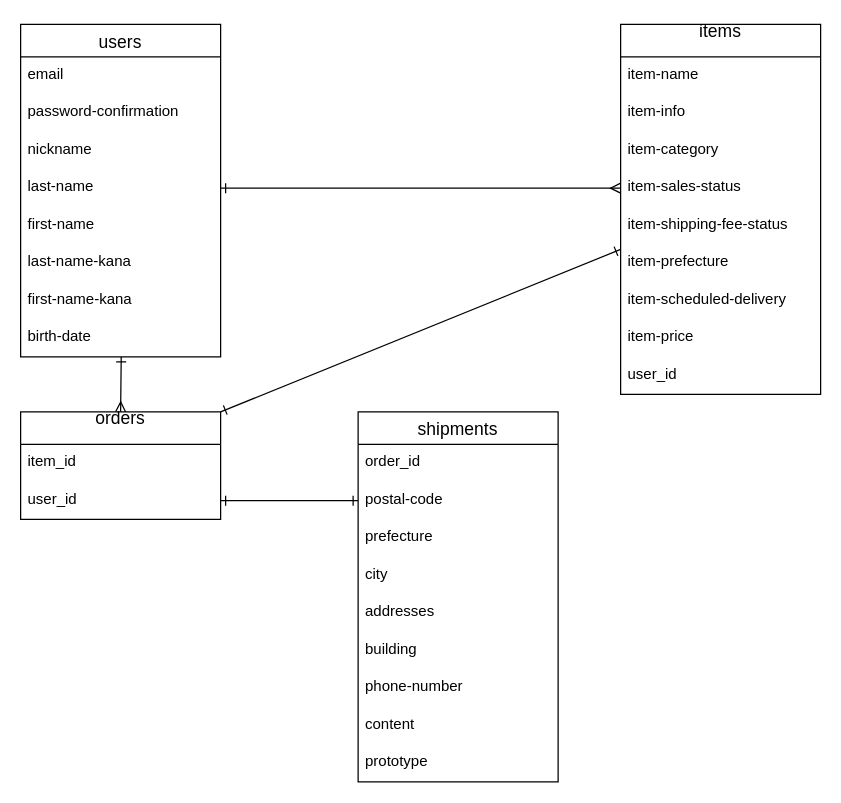
Above: furima.dio in massa1111/furima-39326 (draw.io), before the change. Source tidied: cells renumbered, new cells numbered last; positions are measured from the earlier drawing's top-left corner, leaving out a move shared by most shapes. Both pictures are drawn from the tidied source at 125%, with x=0, y=0 at pixel (20, 24).
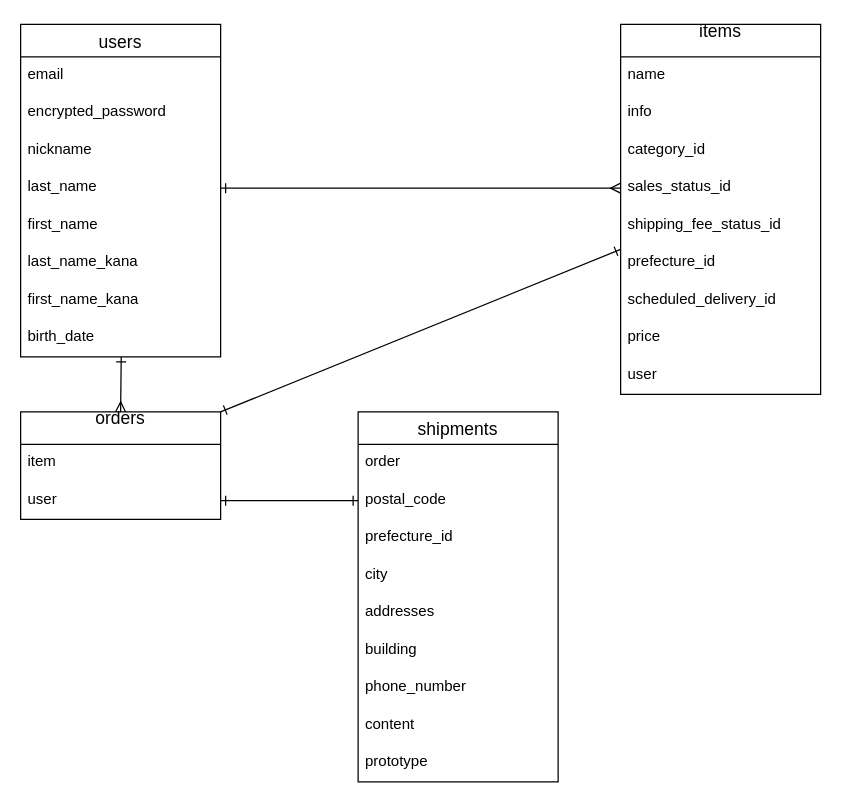
After the change.

Commit message (it also covers changes not shown here):
ER図、README修正

The change refers to these unchanged cells:
```xml
<mxCell id="2" value="users" style="swimlane;fontStyle=0;horizontal=1;startSize=26;align=center;fontSize=14;" parent="1" vertex="1">
  <mxGeometry width="160" height="266" as="geometry" />
</mxCell>
<mxCell id="11" value="items&#10;" style="swimlane;fontStyle=0;horizontal=1;startSize=26;align=center;fontSize=14;" parent="1" vertex="1">
  <mxGeometry x="480" width="160" height="296" as="geometry" />
</mxCell>
<mxCell id="21" value="orders&#10;" style="swimlane;fontStyle=0;horizontal=1;startSize=26;align=center;fontSize=14;" parent="1" vertex="1">
  <mxGeometry y="310" width="160" height="86" as="geometry" />
</mxCell>
<mxCell id="24" value="shipments" style="swimlane;fontStyle=0;horizontal=1;startSize=26;align=center;fontSize=14;" parent="1" vertex="1">
  <mxGeometry x="270" y="310" width="160" height="296" as="geometry" />
</mxCell>
```

Change to the diagram source:
```diff
@@
-    <mxCell id="4" value="password-confirmation" style="text;strokeColor=none;fillColor=none;spacingLeft=4;spacingRight=4;overflow=hidden;fontSize=12;" parent="2" vertex="1">
+    <mxCell id="4" value="encrypted_password" style="text;strokeColor=none;fillColor=none;spacingLeft=4;spacingRight=4;overflow=hidden;fontSize=12;" parent="2" vertex="1">
       <mxGeometry y="56" width="160" height="30" as="geometry" />
     </mxCell>
@@
-    <mxCell id="6" value="last-name" style="text;strokeColor=none;fillColor=none;spacingLeft=4;spacingRight=4;overflow=hidden;points=[[0,0.5],[1,0.5]];portConstraint=eastwest;fontSize=12;" parent="2" vertex="1">
+    <mxCell id="6" value="last_name" style="text;strokeColor=none;fillColor=none;spacingLeft=4;spacingRight=4;overflow=hidden;points=[[0,0.5],[1,0.5]];portConstraint=eastwest;fontSize=12;" parent="2" vertex="1">
       <mxGeometry y="116" width="160" height="30" as="geometry" />
     </mxCell>
-    <mxCell id="7" value="first-name" style="text;strokeColor=none;fillColor=none;spacingLeft=4;spacingRight=4;overflow=hidden;fontSize=12;" parent="2" vertex="1">
+    <mxCell id="7" value="first_name" style="text;strokeColor=none;fillColor=none;spacingLeft=4;spacingRight=4;overflow=hidden;fontSize=12;" parent="2" vertex="1">
       <mxGeometry y="146" width="160" height="30" as="geometry" />
     </mxCell>
-    <mxCell id="8" value="last-name-kana " style="text;strokeColor=none;fillColor=none;spacingLeft=4;spacingRight=4;overflow=hidden;fontSize=12;" parent="2" vertex="1">
+    <mxCell id="8" value="last_name_kana" style="text;strokeColor=none;fillColor=none;spacingLeft=4;spacingRight=4;overflow=hidden;fontSize=12;" parent="2" vertex="1">
       <mxGeometry y="176" width="160" height="30" as="geometry" />
     </mxCell>
-    <mxCell id="9" value="first-name-kana " style="text;strokeColor=none;fillColor=none;spacingLeft=4;spacingRight=4;overflow=hidden;fontSize=12;" parent="2" vertex="1">
+    <mxCell id="9" value="first_name_kana" style="text;strokeColor=none;fillColor=none;spacingLeft=4;spacingRight=4;overflow=hidden;fontSize=12;" parent="2" vertex="1">
       <mxGeometry y="206" width="160" height="30" as="geometry" />
     </mxCell>
-    <mxCell id="10" value="birth-date  " style="text;strokeColor=none;fillColor=none;spacingLeft=4;spacingRight=4;overflow=hidden;points=[[0,0.5],[1,0.5]];portConstraint=eastwest;fontSize=12;" parent="2" vertex="1">
+    <mxCell id="10" value="birth_date" style="text;strokeColor=none;fillColor=none;spacingLeft=4;spacingRight=4;overflow=hidden;points=[[0,0.5],[1,0.5]];portConstraint=eastwest;fontSize=12;" parent="2" vertex="1">
       <mxGeometry y="236" width="160" height="30" as="geometry" />
     </mxCell>
@@
-    <mxCell id="12" value="item-name" style="text;strokeColor=none;fillColor=none;spacingLeft=4;spacingRight=4;overflow=hidden;fontSize=12;" parent="11" vertex="1">
+    <mxCell id="12" value="name" style="text;strokeColor=none;fillColor=none;spacingLeft=4;spacingRight=4;overflow=hidden;fontSize=12;" parent="11" vertex="1">
       <mxGeometry y="26" width="160" height="30" as="geometry" />
     </mxCell>
-    <mxCell id="13" value="item-info " style="text;strokeColor=none;fillColor=none;spacingLeft=4;spacingRight=4;overflow=hidden;fontSize=12;" parent="11" vertex="1">
+    <mxCell id="13" value="info " style="text;strokeColor=none;fillColor=none;spacingLeft=4;spacingRight=4;overflow=hidden;fontSize=12;" parent="11" vertex="1">
       <mxGeometry y="56" width="160" height="30" as="geometry" />
     </mxCell>
-    <mxCell id="14" value="item-category  " style="text;strokeColor=none;fillColor=none;spacingLeft=4;spacingRight=4;overflow=hidden;fontSize=12;" parent="11" vertex="1">
+    <mxCell id="14" value="category_id" style="text;strokeColor=none;fillColor=none;spacingLeft=4;spacingRight=4;overflow=hidden;fontSize=12;" parent="11" vertex="1">
       <mxGeometry y="86" width="160" height="30" as="geometry" />
     </mxCell>
-    <mxCell id="15" value="item-sales-status " style="text;strokeColor=none;fillColor=none;spacingLeft=4;spacingRight=4;overflow=hidden;points=[[0,0.5],[1,0.5]];portConstraint=eastwest;fontSize=12;" parent="11" vertex="1">
+    <mxCell id="15" value="sales_status_id " style="text;strokeColor=none;fillColor=none;spacingLeft=4;spacingRight=4;overflow=hidden;points=[[0,0.5],[1,0.5]];portConstraint=eastwest;fontSize=12;" parent="11" vertex="1">
       <mxGeometry y="116" width="160" height="30" as="geometry" />
     </mxCell>
-    <mxCell id="16" value="item-shipping-fee-status" style="text;strokeColor=none;fillColor=none;spacingLeft=4;spacingRight=4;overflow=hidden;fontSize=12;" parent="11" vertex="1">
+    <mxCell id="16" value="shipping_fee_status_id" style="text;strokeColor=none;fillColor=none;spacingLeft=4;spacingRight=4;overflow=hidden;fontSize=12;" parent="11" vertex="1">
       <mxGeometry y="146" width="160" height="30" as="geometry" />
     </mxCell>
-    <mxCell id="17" value="item-prefecture " style="text;strokeColor=none;fillColor=none;spacingLeft=4;spacingRight=4;overflow=hidden;fontSize=12;" parent="11" vertex="1">
+    <mxCell id="17" value="prefecture_id" style="text;strokeColor=none;fillColor=none;spacingLeft=4;spacingRight=4;overflow=hidden;fontSize=12;" parent="11" vertex="1">
       <mxGeometry y="176" width="160" height="30" as="geometry" />
     </mxCell>
-    <mxCell id="18" value="item-scheduled-delivery" style="text;strokeColor=none;fillColor=none;spacingLeft=4;spacingRight=4;overflow=hidden;fontSize=12;" parent="11" vertex="1">
+    <mxCell id="18" value="scheduled_delivery_id" style="text;strokeColor=none;fillColor=none;spacingLeft=4;spacingRight=4;overflow=hidden;fontSize=12;" parent="11" vertex="1">
       <mxGeometry y="206" width="160" height="30" as="geometry" />
     </mxCell>
-    <mxCell id="19" value="item-price    " style="text;strokeColor=none;fillColor=none;spacingLeft=4;spacingRight=4;overflow=hidden;fontSize=12;" parent="11" vertex="1">
+    <mxCell id="19" value="price" style="text;strokeColor=none;fillColor=none;spacingLeft=4;spacingRight=4;overflow=hidden;fontSize=12;" parent="11" vertex="1">
       <mxGeometry y="236" width="160" height="30" as="geometry" />
     </mxCell>
-    <mxCell id="20" value="user_id" style="text;strokeColor=none;fillColor=none;spacingLeft=4;spacingRight=4;overflow=hidden;fontSize=12;" parent="11" vertex="1">
+    <mxCell id="20" value="user" style="text;strokeColor=none;fillColor=none;spacingLeft=4;spacingRight=4;overflow=hidden;fontSize=12;" parent="11" vertex="1">
       <mxGeometry y="266" width="160" height="30" as="geometry" />
     </mxCell>
@@
-    <mxCell id="22" value="item_id" style="text;strokeColor=none;fillColor=none;spacingLeft=4;spacingRight=4;overflow=hidden;fontSize=12;" parent="21" vertex="1">
+    <mxCell id="22" value="item" style="text;strokeColor=none;fillColor=none;spacingLeft=4;spacingRight=4;overflow=hidden;fontSize=12;" parent="21" vertex="1">
       <mxGeometry y="26" width="160" height="30" as="geometry" />
     </mxCell>
-    <mxCell id="23" value="user_id" style="text;strokeColor=none;fillColor=none;spacingLeft=4;spacingRight=4;overflow=hidden;points=[[0,0.5],[1,0.5]];portConstraint=eastwest;fontSize=12;" parent="21" vertex="1">
+    <mxCell id="23" value="user" style="text;strokeColor=none;fillColor=none;spacingLeft=4;spacingRight=4;overflow=hidden;points=[[0,0.5],[1,0.5]];portConstraint=eastwest;fontSize=12;" parent="21" vertex="1">
       <mxGeometry y="56" width="160" height="30" as="geometry" />
     </mxCell>
@@
-    <mxCell id="25" value="order_id" style="text;strokeColor=none;fillColor=none;spacingLeft=4;spacingRight=4;overflow=hidden;fontSize=12;" parent="24" vertex="1">
+    <mxCell id="25" value="order" style="text;strokeColor=none;fillColor=none;spacingLeft=4;spacingRight=4;overflow=hidden;fontSize=12;" parent="24" vertex="1">
       <mxGeometry y="26" width="160" height="30" as="geometry" />
     </mxCell>
-    <mxCell id="26" value="postal-code " style="text;strokeColor=none;fillColor=none;spacingLeft=4;spacingRight=4;overflow=hidden;points=[[0,0.5],[1,0.5]];portConstraint=eastwest;fontSize=12;" parent="24" vertex="1">
+    <mxCell id="26" value="postal_code" style="text;strokeColor=none;fillColor=none;spacingLeft=4;spacingRight=4;overflow=hidden;points=[[0,0.5],[1,0.5]];portConstraint=eastwest;fontSize=12;" parent="24" vertex="1">
       <mxGeometry y="56" width="160" height="30" as="geometry" />
     </mxCell>
-    <mxCell id="27" value="prefecture" style="text;strokeColor=none;fillColor=none;spacingLeft=4;spacingRight=4;overflow=hidden;fontSize=12;" parent="24" vertex="1">
+    <mxCell id="27" value="prefecture_id" style="text;strokeColor=none;fillColor=none;spacingLeft=4;spacingRight=4;overflow=hidden;fontSize=12;" parent="24" vertex="1">
       <mxGeometry y="86" width="160" height="30" as="geometry" />
     </mxCell>
@@
-    <mxCell id="31" value="phone-number" style="text;strokeColor=none;fillColor=none;spacingLeft=4;spacingRight=4;overflow=hidden;fontSize=12;" parent="24" vertex="1">
+    <mxCell id="31" value="phone_number" style="text;strokeColor=none;fillColor=none;spacingLeft=4;spacingRight=4;overflow=hidden;fontSize=12;" parent="24" vertex="1">
       <mxGeometry y="206" width="160" height="30" as="geometry" />
     </mxCell>
```
